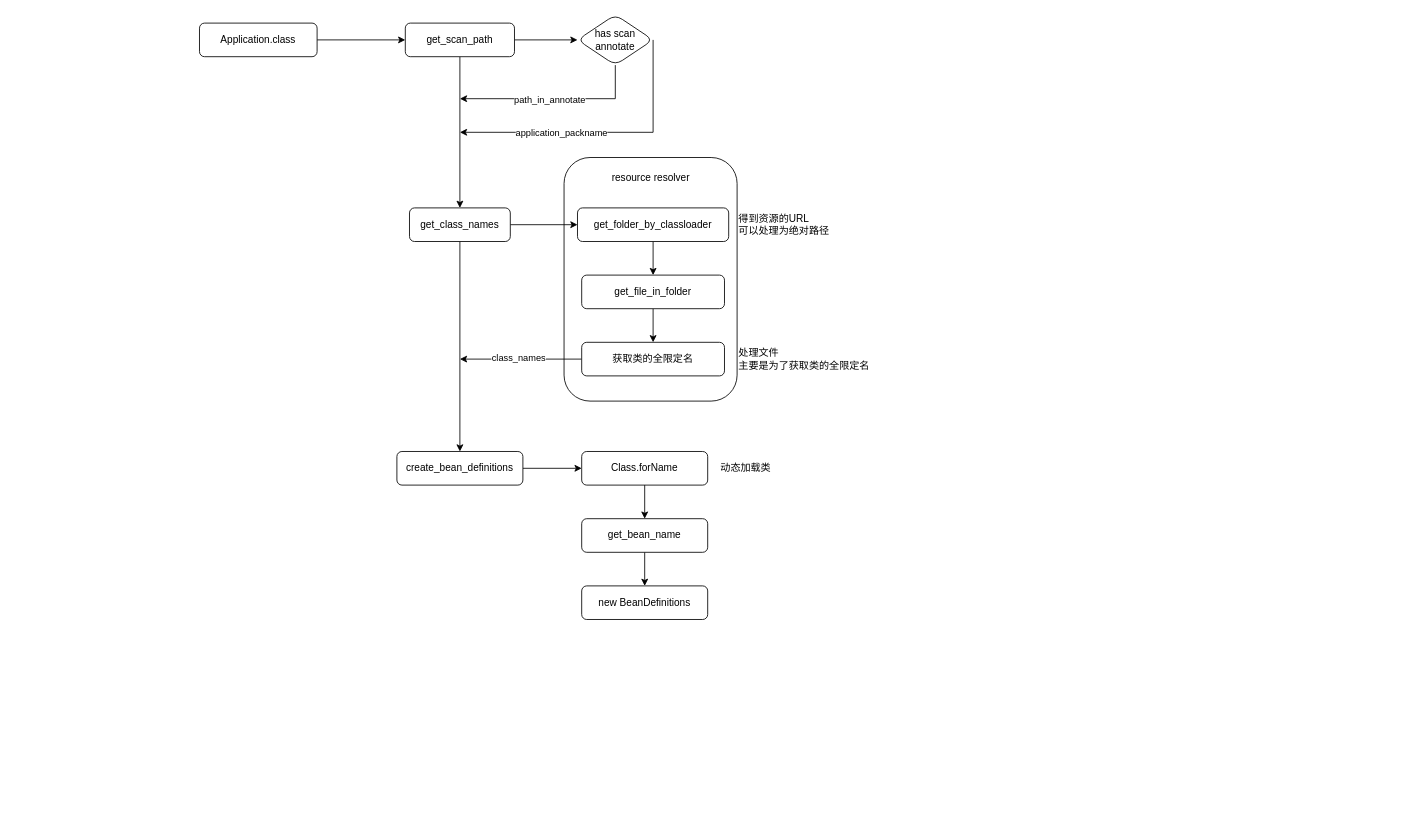
Earlier version of the draw.io diagram 未命名绘图.drawio (Morty123456/DrawIo). Source tidied: cells renumbered, new cells numbered last; positions are measured from the earlier drawing's top-left corner, leaving out a move shared by most shapes. Both pictures are drawn from the tidied source at 84%, with x=0, y=0 at pixel (199, 14).
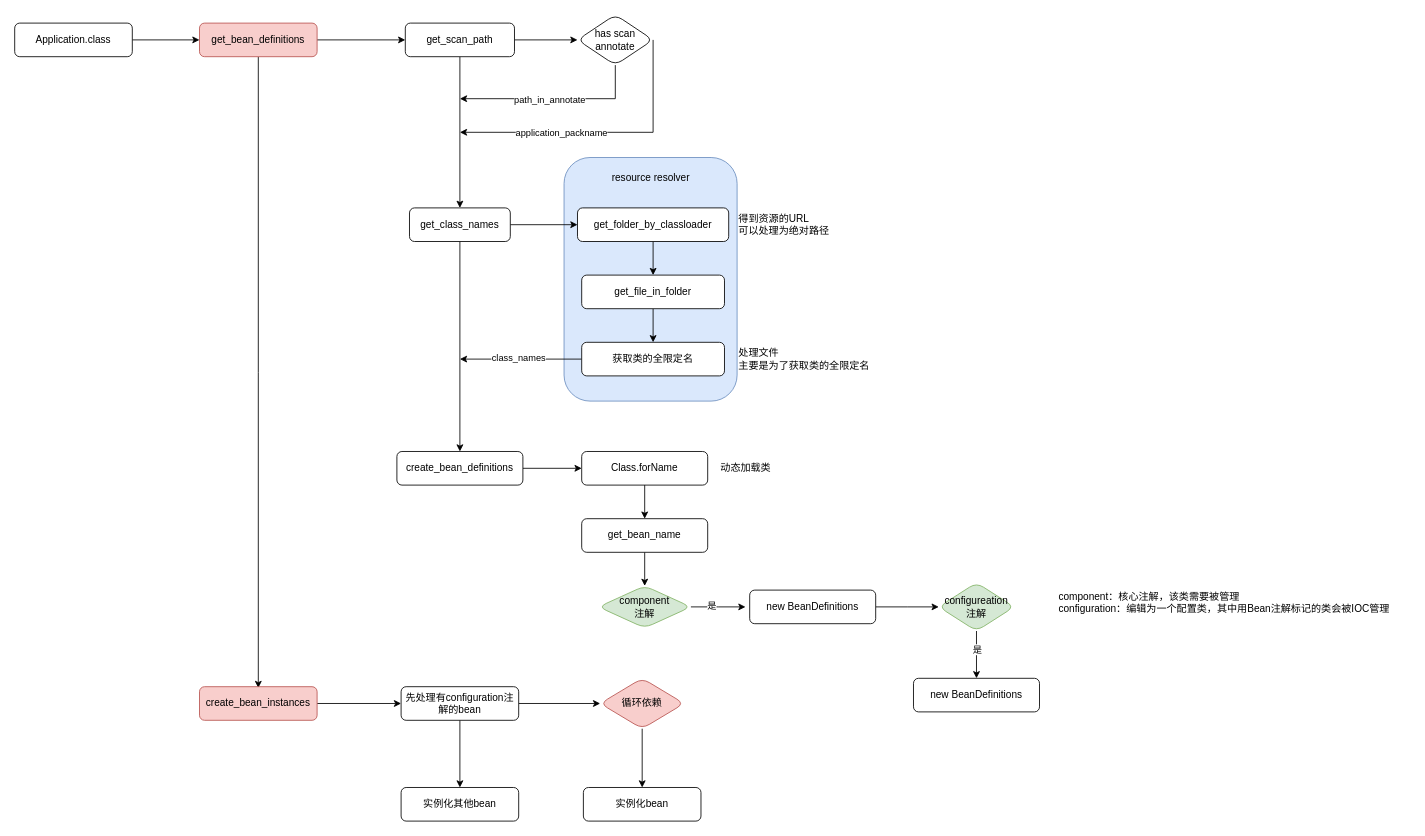
The same diagram, later.

Commit message:
更新未命名绘图.drawio

The change refers to these unchanged cells:
```xml
<mxCell id="7" value="get_scan_path" style="whiteSpace=wrap;html=1;rounded=1;" parent="1" vertex="1">
  <mxGeometry x="245" y="10" width="130" height="40" as="geometry" />
</mxCell>
<mxCell id="32" value="get_bean_name" style="whiteSpace=wrap;html=1;rounded=1;" parent="1" vertex="1">
  <mxGeometry x="455" y="600" width="150" height="40" as="geometry" />
</mxCell>
```

Diff of the diagram source:
```diff
@@
-    <mxCell id="2" style="rounded=1;whiteSpace=wrap;html=1;" parent="1" vertex="1">
+    <mxCell id="2" style="rounded=1;whiteSpace=wrap;html=1;fillColor=#dae8fc;strokeColor=#6c8ebf;" parent="1" vertex="1">
       <mxGeometry x="434" y="170" width="206" height="290" as="geometry" />
     </mxCell>
-    <mxCell id="3" style="edgeStyle=orthogonalEdgeStyle;rounded=0;jettySize=auto;html=1;" parent="1" edge="1" source="4" target="7">
-      <mxGeometry relative="1" as="geometry" />
-    </mxCell>
+    <mxCell id="34" style="edgeStyle=orthogonalEdgeStyle;rounded=0;jettySize=auto;html=1;" parent="1" edge="1" source="4" target="39">
+      <mxGeometry relative="1" as="geometry" />
+    </mxCell>
     <mxCell id="4" value="Application.class" style="rounded=1;whiteSpace=wrap;html=1;" parent="1" vertex="1">
-      <mxGeometry y="10" width="140" height="40" as="geometry" />
+      <mxGeometry x="-220" y="10" width="140" height="40" as="geometry" />
     </mxCell>
@@
-    <mxCell id="31" style="edgeStyle=orthogonalEdgeStyle;rounded=0;jettySize=auto;html=1;entryX=0.5;entryY=0;entryDx=0;entryDy=0;" parent="1" edge="1" source="32" target="33">
-      <mxGeometry relative="1" as="geometry" />
-    </mxCell>
+    <mxCell id="35" style="edgeStyle=orthogonalEdgeStyle;rounded=0;jettySize=auto;html=1;" parent="1" edge="1" source="32" target="47">
+      <mxGeometry relative="1" as="geometry" />
+    </mxCell>
@@
+    <mxCell id="36" style="edgeStyle=orthogonalEdgeStyle;rounded=0;jettySize=auto;html=1;" parent="1" edge="1" source="33" target="50">
+      <mxGeometry relative="1" as="geometry" />
+    </mxCell>
     <mxCell id="33" value="new BeanDefinitions" style="whiteSpace=wrap;html=1;rounded=1;" parent="1" vertex="1">
-      <mxGeometry x="455" y="680" width="150" height="40" as="geometry" />
+      <mxGeometry x="655" y="685" width="150" height="40" as="geometry" />
     </mxCell>
+    <mxCell id="37" style="edgeStyle=orthogonalEdgeStyle;rounded=0;jettySize=auto;html=1;" parent="1" edge="1" source="39" target="7">
+      <mxGeometry relative="1" as="geometry" />
+    </mxCell>
+    <mxCell id="38" style="edgeStyle=orthogonalEdgeStyle;rounded=0;jettySize=auto;html=1;" parent="1" edge="1" source="39">
+      <mxGeometry relative="1" as="geometry">
+        <mxPoint x="70" y="801.6" as="targetPoint" />
+      </mxGeometry>
+    </mxCell>
+    <mxCell id="39" value="get_bean_definitions" style="rounded=1;whiteSpace=wrap;html=1;fillColor=#f8cecc;strokeColor=#b85450;" parent="1" vertex="1">
+      <mxGeometry y="10" width="140" height="40" as="geometry" />
+    </mxCell>
+    <mxCell id="40" style="edgeStyle=orthogonalEdgeStyle;rounded=0;jettySize=auto;html=1;entryX=0;entryY=0.5;entryDx=0;entryDy=0;" parent="1" edge="1" source="41" target="44">
+      <mxGeometry relative="1" as="geometry" />
+    </mxCell>
+    <mxCell id="41" value="create_bean_instances" style="rounded=1;whiteSpace=wrap;html=1;fillColor=#f8cecc;strokeColor=#b85450;" parent="1" vertex="1">
+      <mxGeometry y="800" width="140" height="40" as="geometry" />
+    </mxCell>
+    <mxCell id="42" style="edgeStyle=orthogonalEdgeStyle;rounded=0;jettySize=auto;html=1;" parent="1" edge="1" source="44" target="54">
+      <mxGeometry relative="1" as="geometry" />
+    </mxCell>
+    <mxCell id="43" style="edgeStyle=orthogonalEdgeStyle;rounded=0;jettySize=auto;html=1;" parent="1" edge="1" source="44" target="56">
+      <mxGeometry relative="1" as="geometry" />
+    </mxCell>
+    <mxCell id="44" value="先处理有configuration注解的bean" style="rounded=1;whiteSpace=wrap;html=1;" parent="1" vertex="1">
+      <mxGeometry x="240" y="800" width="140" height="40" as="geometry" />
+    </mxCell>
+    <mxCell id="45" style="edgeStyle=orthogonalEdgeStyle;rounded=0;jettySize=auto;html=1;" parent="1" edge="1" source="47">
+      <mxGeometry relative="1" as="geometry">
+        <mxPoint x="650" y="705" as="targetPoint" />
+      </mxGeometry>
+    </mxCell>
+    <mxCell id="46" value="是" style="edgeLabel;html=1;align=center;verticalAlign=middle;" parent="45" vertex="1">
+      <mxGeometry x="-0.26" y="2" relative="1" as="geometry" />
+    </mxCell>
+    <mxCell id="47" value="component&lt;div&gt;注解&lt;/div&gt;" style="rhombus;whiteSpace=wrap;html=1;rounded=1;fillColor=#d5e8d4;strokeColor=#82b366;" parent="1" vertex="1">
+      <mxGeometry x="475" y="680" width="110" height="50" as="geometry" />
+    </mxCell>
+    <mxCell id="48" style="edgeStyle=orthogonalEdgeStyle;rounded=0;jettySize=auto;html=1;" parent="1" edge="1" source="50">
+      <mxGeometry relative="1" as="geometry">
+        <mxPoint x="925" y="790" as="targetPoint" />
+      </mxGeometry>
+    </mxCell>
+    <mxCell id="49" value="是" style="edgeLabel;html=1;align=center;verticalAlign=middle;" parent="48" vertex="1">
+      <mxGeometry x="-0.21" relative="1" as="geometry" />
+    </mxCell>
+    <mxCell id="50" value="configureation&lt;div&gt;注解&lt;/div&gt;" style="rhombus;whiteSpace=wrap;html=1;rounded=1;fillColor=#d5e8d4;strokeColor=#82b366;" parent="1" vertex="1">
+      <mxGeometry x="880" y="676.2" width="90" height="57.5" as="geometry" />
+    </mxCell>
+    <mxCell id="51" value="new BeanDefinitions" style="whiteSpace=wrap;html=1;rounded=1;" parent="1" vertex="1">
+      <mxGeometry x="850" y="790" width="150" height="40" as="geometry" />
+    </mxCell>
+    <mxCell id="52" value="component：核心注解，该类需要被管理&lt;div&gt;configuration：编辑为一个配置类，其中用Bean注解标记的类会被IOC管理&lt;/div&gt;" style="text;html=1;align=left;verticalAlign=middle;strokeColor=none;fillColor=none;" parent="1" vertex="1">
+      <mxGeometry x="1021" y="680" width="420" height="40" as="geometry" />
+    </mxCell>
+    <mxCell id="53" style="edgeStyle=orthogonalEdgeStyle;rounded=0;jettySize=auto;html=1;entryX=0.5;entryY=0;entryDx=0;entryDy=0;" parent="1" edge="1" source="54" target="55">
+      <mxGeometry relative="1" as="geometry" />
+    </mxCell>
+    <mxCell id="54" value="循环依赖" style="rhombus;whiteSpace=wrap;html=1;rounded=1;fillColor=#f8cecc;strokeColor=#b85450;" parent="1" vertex="1">
+      <mxGeometry x="477" y="790" width="100" height="60" as="geometry" />
+    </mxCell>
+    <mxCell id="55" value="实例化bean" style="rounded=1;whiteSpace=wrap;html=1;" parent="1" vertex="1">
+      <mxGeometry x="457" y="920" width="140" height="40" as="geometry" />
+    </mxCell>
+    <mxCell id="56" value="实例化其他bean" style="rounded=1;whiteSpace=wrap;html=1;" parent="1" vertex="1">
+      <mxGeometry x="240" y="920" width="140" height="40" as="geometry" />
+    </mxCell>
```
